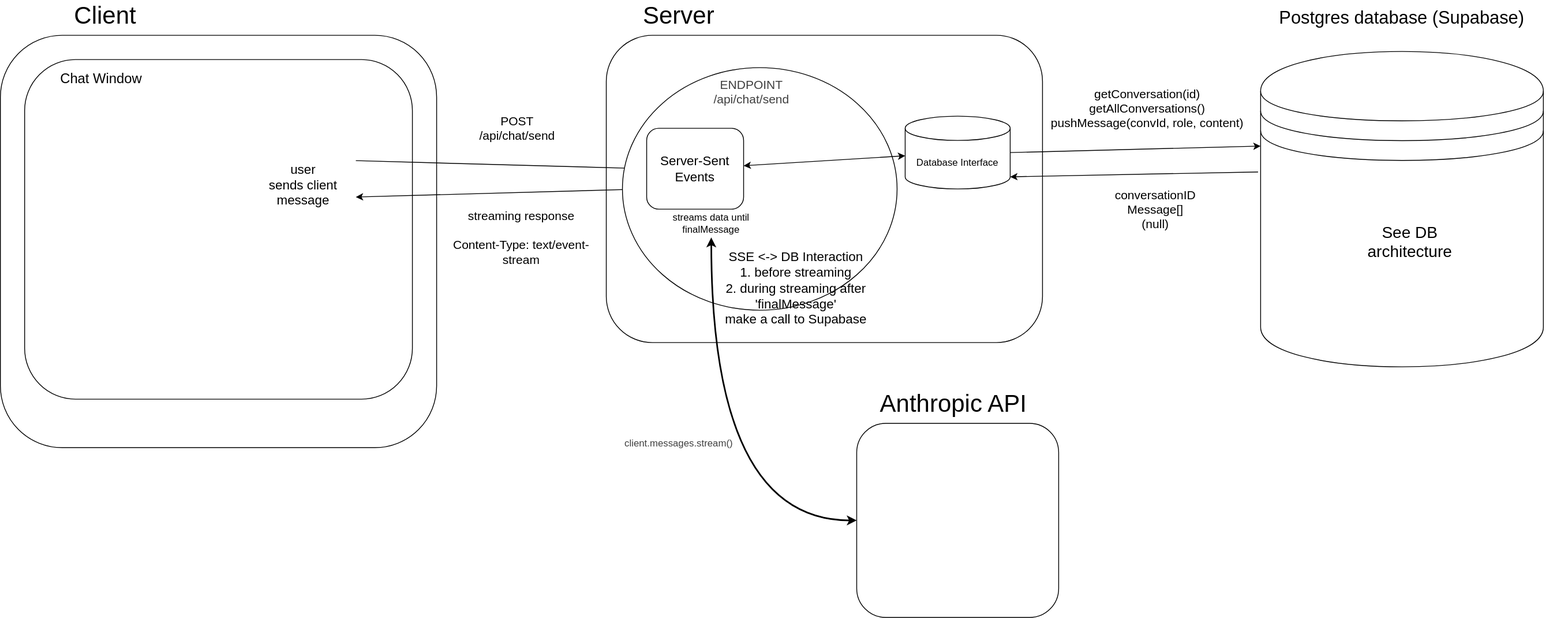
joshupadhyay/the-crunch keeps this draw.io diagram as assets/architecture.drawio.svg. Above is the earlier version. Source tidied: cells renumbered, new cells last; positions are measured from the earlier drawing's top-left corner, leaving out a move shared by most shapes.
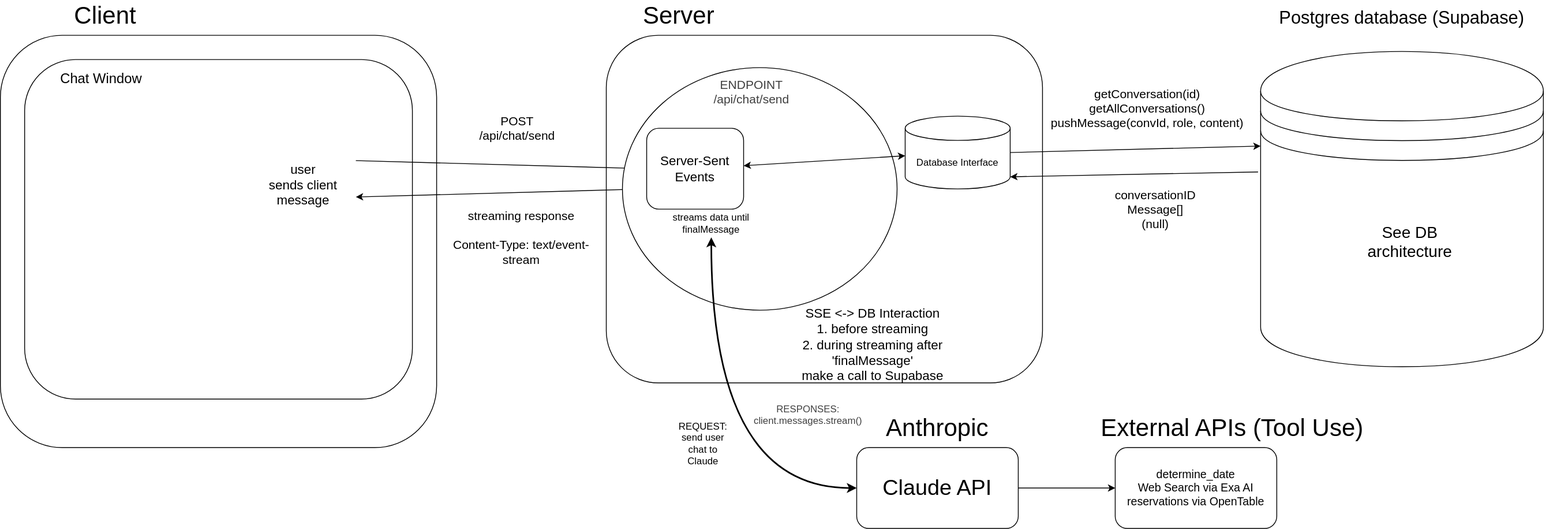
Later version of the same file.

Diff of the diagram source:
```diff
@@ -9,7 +9,7 @@
       <mxGeometry x="100" width="60" height="30" as="geometry" />
     </mxCell>
     <mxCell id="4" style="rounded=1;whiteSpace=wrap;html=1;" parent="1" vertex="1">
-      <mxGeometry x="750" y="40" width="540" height="380" as="geometry" />
+      <mxGeometry x="750" y="40" width="540" height="430" as="geometry" />
     </mxCell>
     <mxCell id="5" value="Server" style="text;strokeColor=none;align=center;fillColor=none;html=1;verticalAlign=middle;whiteSpace=wrap;rounded=0;fontSize=30;" parent="1" vertex="1">
       <mxGeometry x="810" width="60" height="30" as="geometry" />
@@ -60,7 +60,7 @@
       <mxGeometry x="865" y="90" width="130" height="40" as="geometry" />
     </mxCell>
     <mxCell id="21" value="&lt;div&gt;&lt;br&gt;&lt;/div&gt;&lt;div&gt;SSE &amp;lt;-&amp;gt; DB Interaction&lt;/div&gt;1. before streaming&lt;div&gt;2. during streaming after 'finalMessage'&lt;/div&gt;&lt;div&gt;make a call to Supabase&lt;/div&gt;" style="text;strokeColor=none;align=center;fillColor=none;html=1;verticalAlign=middle;whiteSpace=wrap;rounded=0;fontSize=16;" parent="1" vertex="1">
-      <mxGeometry x="890" y="305" width="190" height="75" as="geometry" />
+      <mxGeometry x="985" y="375" width="190" height="75" as="geometry" />
     </mxCell>
     <mxCell id="22" style="edgeStyle=orthogonalEdgeStyle;curved=1;html=1;exitX=0.5;exitY=1;exitDx=0;exitDy=0;entryX=0;entryY=0.5;entryDx=0;entryDy=0;startArrow=classic;startFill=1;strokeWidth=2;" parent="1" edge="1" source="23" target="29">
       <mxGeometry relative="1" as="geometry" />
@@ -83,14 +83,26 @@
     <mxCell id="28" value="conversationID&lt;div&gt;Message[]&lt;/div&gt;&lt;div&gt;(null)&lt;/div&gt;" style="text;strokeColor=none;align=center;fillColor=none;html=1;verticalAlign=middle;whiteSpace=wrap;rounded=0;fontSize=15;" parent="1" vertex="1">
       <mxGeometry x="1300" y="205" width="260" height="100" as="geometry" />
     </mxCell>
+    <mxCell id="32" style="edgeStyle=orthogonalEdgeStyle;curved=1;html=1;entryX=0;entryY=0.5;entryDx=0;entryDy=0;" parent="1" edge="1" source="29" target="34">
+      <mxGeometry relative="1" as="geometry" />
+    </mxCell>
-    <mxCell id="29" style="rounded=1;whiteSpace=wrap;html=1;" parent="1" vertex="1">
-      <mxGeometry x="1060" y="520" width="250" height="240" as="geometry" />
+    <mxCell id="29" value="&lt;font style=&quot;font-size: 27px;&quot;&gt;Claude API&lt;/font&gt;" style="rounded=1;whiteSpace=wrap;html=1;" parent="1" vertex="1">
+      <mxGeometry x="1060" y="550" width="200" height="100" as="geometry" />
     </mxCell>
-    <mxCell id="30" value="Anthropic API" style="text;strokeColor=none;align=center;fillColor=none;html=1;verticalAlign=middle;whiteSpace=wrap;rounded=0;fontSize=30;" parent="1" vertex="1">
-      <mxGeometry x="1070" y="480" width="220" height="30" as="geometry" />
+    <mxCell id="30" value="Anthropic" style="text;strokeColor=none;align=center;fillColor=none;html=1;verticalAlign=middle;whiteSpace=wrap;rounded=0;fontSize=30;" parent="1" vertex="1">
+      <mxGeometry x="1050" y="510" width="220" height="30" as="geometry" />
     </mxCell>
-    <mxCell id="31" value="&lt;div&gt;&lt;span style=&quot;background-color: transparent; color: rgb(63, 63, 63);&quot;&gt;client.messages.stream()&lt;/span&gt;&lt;/div&gt;" style="text;strokeColor=none;align=center;fillColor=none;html=1;verticalAlign=middle;whiteSpace=wrap;rounded=0;" parent="1" vertex="1">
-      <mxGeometry x="810" y="530" width="60" height="30" as="geometry" />
+    <mxCell id="31" value="&lt;div&gt;&lt;span style=&quot;background-color: transparent; color: rgb(63, 63, 63);&quot;&gt;&lt;br&gt;&lt;/span&gt;&lt;/div&gt;&lt;div&gt;&lt;span style=&quot;background-color: transparent; color: rgb(63, 63, 63);&quot;&gt;&lt;br&gt;&lt;/span&gt;&lt;/div&gt;&lt;div&gt;&lt;span style=&quot;background-color: transparent; color: rgb(63, 63, 63);&quot;&gt;RESPONSES:&lt;/span&gt;&lt;/div&gt;&lt;div&gt;&lt;span style=&quot;background-color: transparent; color: rgb(63, 63, 63);&quot;&gt;client.messages.stream()&lt;/span&gt;&lt;/div&gt;" style="text;strokeColor=none;align=center;fillColor=none;html=1;verticalAlign=middle;whiteSpace=wrap;rounded=0;" parent="1" vertex="1">
+      <mxGeometry x="970" y="480" width="60" height="30" as="geometry" />
     </mxCell>
+    <mxCell id="33" value="&lt;div&gt;REQUEST:&lt;/div&gt;&lt;div&gt;send user chat to Claude&lt;/div&gt;" style="text;strokeColor=none;align=center;fillColor=none;html=1;verticalAlign=middle;whiteSpace=wrap;rounded=0;" parent="1" vertex="1">
+      <mxGeometry x="840" y="530" width="60" height="30" as="geometry" />
+    </mxCell>
+    <mxCell id="34" value="&lt;span style=&quot;font-size: 14px;&quot;&gt;determine_date&lt;/span&gt;&lt;div&gt;&lt;span style=&quot;font-size: 14px;&quot;&gt;Web Search via Exa AI&lt;/span&gt;&lt;/div&gt;&lt;div&gt;&lt;span style=&quot;font-size: 14px;&quot;&gt;reservations via OpenTable&lt;/span&gt;&lt;/div&gt;" style="rounded=1;whiteSpace=wrap;html=1;" parent="1" vertex="1">
+      <mxGeometry x="1380" y="550" width="200" height="100" as="geometry" />
+    </mxCell>
+    <mxCell id="35" value="External APIs (Tool Use)" style="text;strokeColor=none;align=center;fillColor=none;html=1;verticalAlign=middle;whiteSpace=wrap;rounded=0;fontSize=30;" parent="1" vertex="1">
+      <mxGeometry x="1350" y="510" width="350" height="30" as="geometry" />
+    </mxCell>
   </root>
 </mxGraphModel>
```
